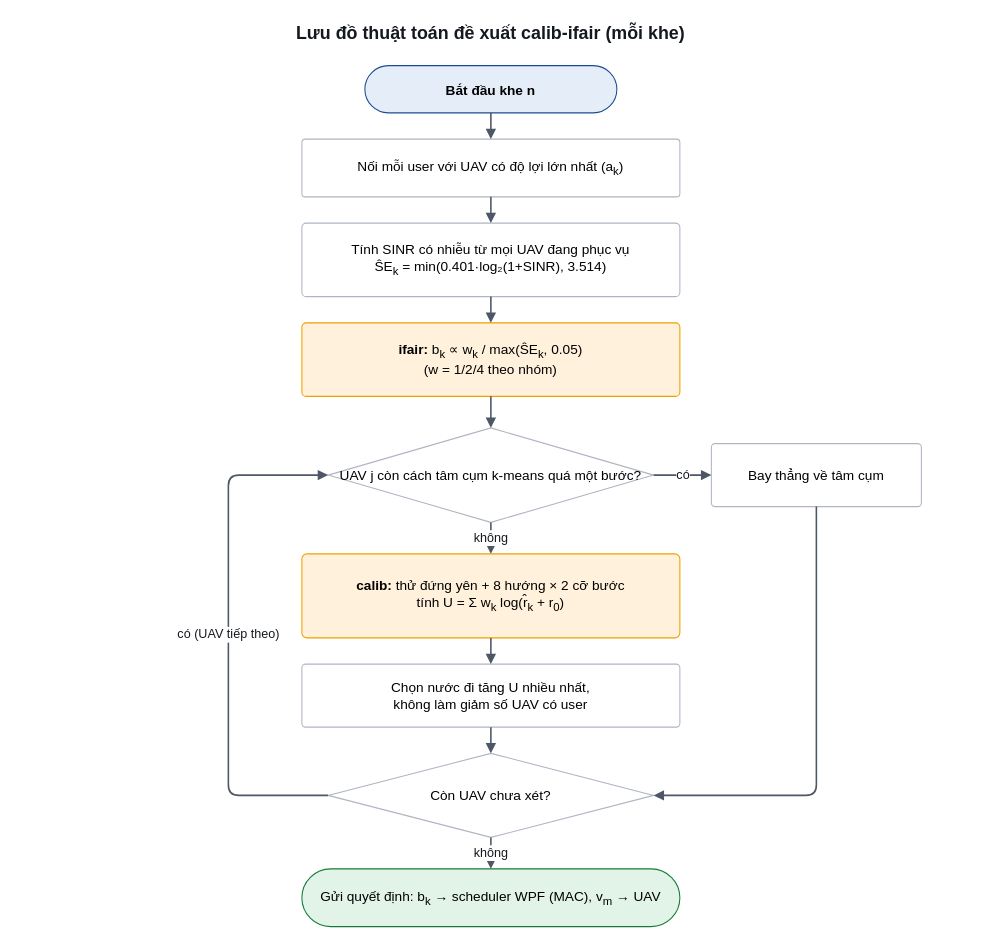
The draw.io diagram docs/figures/calib_ifair.drawio in vietdai-bk/N44_2026_LTM_038_056, before the edit. Source tidied: cells renumbered, new cells numbered last; positions are measured from the earlier drawing's top-left corner, leaving out a move shared by most shapes. Both pictures are drawn from the tidied source at 105%, with x=0, y=0 at pixel (18, 18).
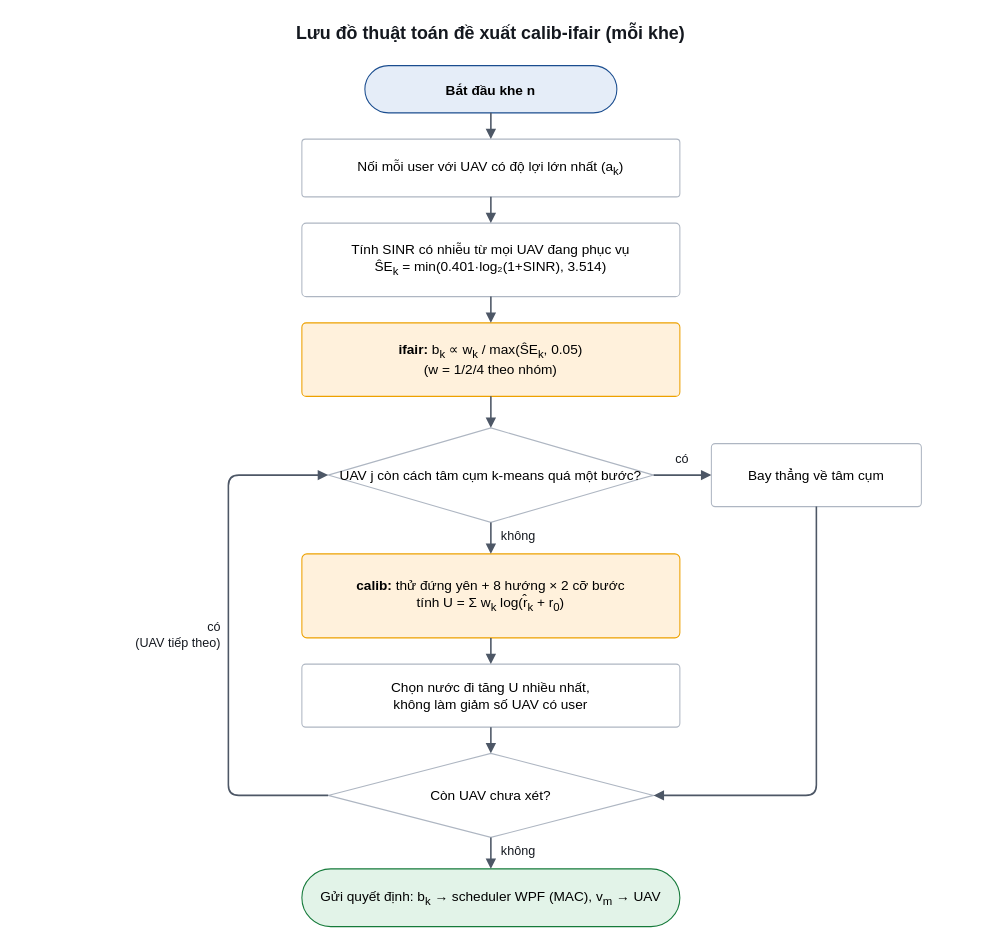
The same page after the edit.

The change refers to these unchanged cells:
```xml
<mxCell id="7" value="UAV j còn cách tâm cụm k-means quá một bước?" style="rhombus;whiteSpace=wrap;html=1;fillColor=#ffffff;strokeColor=#aeb6c2;fontFamily=Helvetica;fontSize=13;" parent="1" vertex="1">
  <mxGeometry x="295" y="390" width="310" height="90" as="geometry" />
</mxCell>
<mxCell id="8" value="Bay thẳng về tâm cụm" style="rounded=1;arcSize=6;whiteSpace=wrap;html=1;fillColor=#ffffff;strokeColor=#aeb6c2;fontFamily=Helvetica;fontSize=13;" parent="1" vertex="1">
  <mxGeometry x="660" y="405" width="200" height="60" as="geometry" />
</mxCell>
<mxCell id="9" value="&lt;b&gt;calib:&lt;/b&gt; thử đứng yên + 8 hướng × 2 cỡ bước&lt;br&gt;tính U = Σ w&lt;sub&gt;k&lt;/sub&gt; log(r̂&lt;sub&gt;k&lt;/sub&gt; + r&lt;sub&gt;0&lt;/sub&gt;)" style="rounded=1;arcSize=6;whiteSpace=wrap;html=1;fillColor=#fff1dc;strokeColor=#eda100;fontFamily=Helvetica;fontSize=13;" parent="1" vertex="1">
  <mxGeometry x="270" y="510" width="360" height="80" as="geometry" />
</mxCell>
<mxCell id="11" value="Còn UAV chưa xét?" style="rhombus;whiteSpace=wrap;html=1;fillColor=#ffffff;strokeColor=#aeb6c2;fontFamily=Helvetica;fontSize=13;" parent="1" vertex="1">
  <mxGeometry x="295" y="700" width="310" height="80" as="geometry" />
</mxCell>
<mxCell id="12" value="Gửi quyết định: b&lt;sub&gt;k&lt;/sub&gt; → scheduler WPF (MAC), v&lt;sub&gt;m&lt;/sub&gt; → UAV" style="rounded=1;arcSize=50;whiteSpace=wrap;html=1;fillColor=#e2f3e8;strokeColor=#157a3a;fontFamily=Helvetica;fontSize=13;" parent="1" vertex="1">
  <mxGeometry x="270" y="810" width="360" height="55" as="geometry" />
</mxCell>
```

The edit, as a diff of the source:
```diff
@@
-    <mxCell id="19" value="có" style="edgeStyle=orthogonalEdgeStyle;rounded=1;html=1;strokeColor=#4d5766;strokeWidth=1.5;endArrow=block;fontFamily=Helvetica;fontSize=12;fontColor=#14181f;labelBackgroundColor=#ffffff;" parent="1" edge="1" source="7" target="8">
+    <mxCell id="19" style="edgeStyle=orthogonalEdgeStyle;rounded=1;html=1;strokeColor=#4d5766;strokeWidth=1.5;endArrow=block;fontFamily=Helvetica;fontSize=12;fontColor=#14181f;labelBackgroundColor=#ffffff;" parent="1" edge="1" source="7" target="8">
       <mxGeometry relative="1" as="geometry" />
     </mxCell>
-    <mxCell id="20" value="không" style="edgeStyle=orthogonalEdgeStyle;rounded=1;html=1;strokeColor=#4d5766;strokeWidth=1.5;endArrow=block;fontFamily=Helvetica;fontSize=12;fontColor=#14181f;labelBackgroundColor=#ffffff;" parent="1" edge="1" source="7" target="9">
-      <mxGeometry relative="1" as="geometry" />
+    <mxCell id="20" value="có" style="text;align=center;verticalAlign=middle;whiteSpace=wrap;html=1;fillColor=none;strokeColor=none;fontFamily=Helvetica;fontSize=12;fontColor=#14181f;" parent="1" vertex="1">
+      <mxGeometry x="610" y="411" width="45" height="18" as="geometry" />
     </mxCell>
-    <mxCell id="21" style="edgeStyle=orthogonalEdgeStyle;rounded=1;html=1;strokeColor=#4d5766;strokeWidth=1.5;endArrow=block;fontFamily=Helvetica;fontSize=12;fontColor=#14181f;labelBackgroundColor=#ffffff;exitX=0.5;exitY=1;exitDx=0;exitDy=0;entryX=1;entryY=0.5;entryDx=0;entryDy=0;" parent="1" edge="1" source="8" target="11">
+    <mxCell id="21" style="edgeStyle=orthogonalEdgeStyle;rounded=1;html=1;strokeColor=#4d5766;strokeWidth=1.5;endArrow=block;fontFamily=Helvetica;fontSize=12;fontColor=#14181f;labelBackgroundColor=#ffffff;" parent="1" edge="1" source="7" target="9">
       <mxGeometry relative="1" as="geometry" />
     </mxCell>
-    <mxCell id="22" value="không" style="edgeStyle=orthogonalEdgeStyle;rounded=1;html=1;strokeColor=#4d5766;strokeWidth=1.5;endArrow=block;fontFamily=Helvetica;fontSize=12;fontColor=#14181f;labelBackgroundColor=#ffffff;" parent="1" edge="1" source="11" target="12">
-      <mxGeometry relative="1" as="geometry" />
+    <mxCell id="22" value="không" style="text;align=left;verticalAlign=middle;whiteSpace=wrap;html=1;fillColor=none;strokeColor=none;fontFamily=Helvetica;fontSize=12;fontColor=#14181f;" parent="1" vertex="1">
+      <mxGeometry x="458" y="484" width="55" height="18" as="geometry" />
     </mxCell>
-    <mxCell id="23" value="có (UAV tiếp theo)" style="edgeStyle=orthogonalEdgeStyle;rounded=1;html=1;strokeColor=#4d5766;strokeWidth=1.5;endArrow=block;fontFamily=Helvetica;fontSize=12;fontColor=#14181f;labelBackgroundColor=#ffffff;exitX=0;exitY=0.5;exitDx=0;exitDy=0;entryX=0;entryY=0.5;entryDx=0;entryDy=0;" parent="1" edge="1" source="11" target="7">
-      <mxGeometry relative="1" as="geometry">
-        <Array as="points">
-          <mxPoint x="200" y="740" />
-          <mxPoint x="200" y="435" />
-        </Array>
-      </mxGeometry>
+    <mxCell id="23" style="edgeStyle=orthogonalEdgeStyle;rounded=1;html=1;strokeColor=#4d5766;strokeWidth=1.5;endArrow=block;fontFamily=Helvetica;fontSize=12;fontColor=#14181f;labelBackgroundColor=#ffffff;exitX=0.5;exitY=1;exitDx=0;exitDy=0;entryX=1;entryY=0.5;entryDx=0;entryDy=0;" parent="1" edge="1" source="8" target="11">
+      <mxGeometry relative="1" as="geometry" />
     </mxCell>
+    <mxCell id="24" style="edgeStyle=orthogonalEdgeStyle;rounded=1;html=1;strokeColor=#4d5766;strokeWidth=1.5;endArrow=block;fontFamily=Helvetica;fontSize=12;fontColor=#14181f;labelBackgroundColor=#ffffff;" parent="1" edge="1" source="11" target="12">
+      <mxGeometry relative="1" as="geometry" />
+    </mxCell>
+    <mxCell id="25" value="không" style="text;align=left;verticalAlign=middle;whiteSpace=wrap;html=1;fillColor=none;strokeColor=none;fontFamily=Helvetica;fontSize=12;fontColor=#14181f;" parent="1" vertex="1">
+      <mxGeometry x="458" y="784" width="55" height="18" as="geometry" />
+    </mxCell>
+    <mxCell id="26" style="edgeStyle=orthogonalEdgeStyle;rounded=1;html=1;strokeColor=#4d5766;strokeWidth=1.5;endArrow=block;fontFamily=Helvetica;fontSize=12;fontColor=#14181f;labelBackgroundColor=#ffffff;exitX=0;exitY=0.5;exitDx=0;exitDy=0;entryX=0;entryY=0.5;entryDx=0;entryDy=0;" parent="1" edge="1" source="11" target="7">
+      <mxGeometry relative="1" as="geometry">
+        <Array as="points">
+          <mxPoint x="200" y="740" />
+          <mxPoint x="200" y="435" />
+        </Array>
+      </mxGeometry>
+    </mxCell>
+    <mxCell id="27" value="có&lt;br&gt;(UAV tiếp theo)" style="text;align=right;verticalAlign=middle;whiteSpace=wrap;html=1;fillColor=none;strokeColor=none;fontFamily=Helvetica;fontSize=12;fontColor=#14181f;" parent="1" vertex="1">
+      <mxGeometry x="85" y="569" width="110" height="36" as="geometry" />
+    </mxCell>
```
